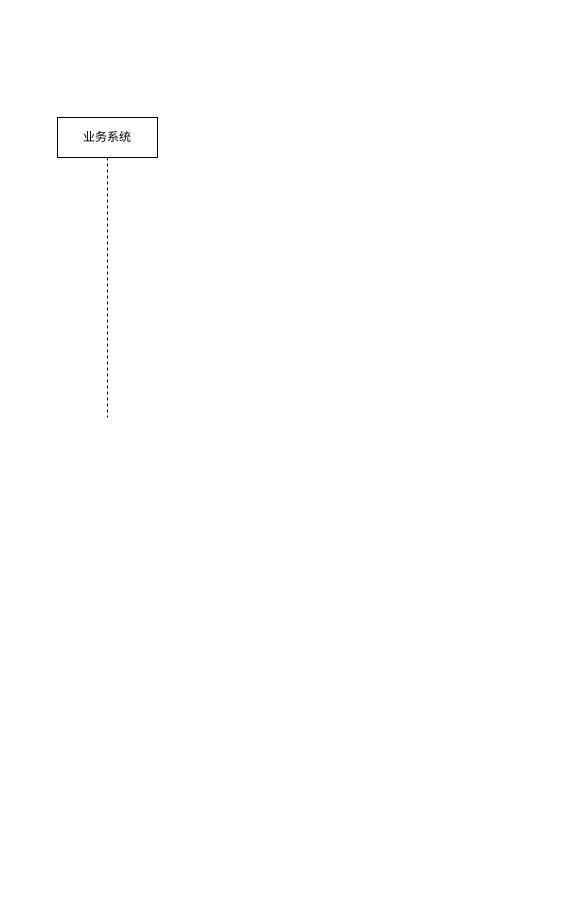
This is Untitled Diagram.drawio from 1657486787/draw.io, a draw.io file, before an edit. Source tidied: cells renumbered, new cells numbered last; positions are measured from the earlier drawing's top-left corner, leaving out a move shared by most shapes. Both pictures are drawn from the tidied source at 100%, with x=0, y=0 at pixel (57, 117).
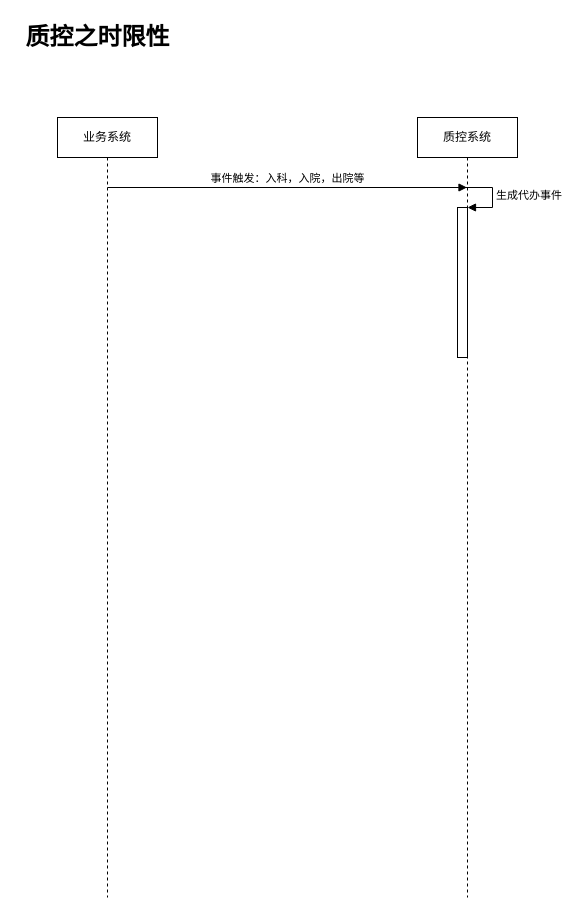
Above is the later version.

What changed in the source:
```diff
@@
 <mxGraphModel>
   <root>
     <mxCell id="0" />
     <mxCell id="1" parent="0" />
     <mxCell id="2" value="业务系统" style="shape=umlLifeline;perimeter=lifelinePerimeter;whiteSpace=wrap;html=1;" parent="1" vertex="1">
-      <mxGeometry width="100" height="300" as="geometry" />
+      <mxGeometry width="100" height="780" as="geometry" />
     </mxCell>
+    <mxCell id="3" value="事件触发：入科，入院，出院等" style="html=1;verticalAlign=bottom;endArrow=block;rounded=0;" parent="2" edge="1" target="5">
+      <mxGeometry relative="1" as="geometry">
+        <mxPoint x="50" y="70" as="sourcePoint" />
+      </mxGeometry>
+    </mxCell>
+    <mxCell id="4" value="质控之时限性" style="text;strokeColor=none;fillColor=none;html=1;fontSize=24;fontStyle=1;verticalAlign=middle;align=center;spacing=4;" parent="1" vertex="1">
+      <mxGeometry x="-40" y="-100" width="160" height="40" as="geometry" />
+    </mxCell>
+    <mxCell id="5" value="质控系统" style="shape=umlLifeline;perimeter=lifelinePerimeter;whiteSpace=wrap;html=1;outlineConnect=0;" parent="1" vertex="1">
+      <mxGeometry x="360" width="100" height="780" as="geometry" />
+    </mxCell>
+    <mxCell id="6" style="html=1;points=[];perimeter=orthogonalPerimeter;" parent="5" vertex="1">
+      <mxGeometry x="40" y="90" width="10" height="150" as="geometry" />
+    </mxCell>
+    <mxCell id="7" value="生成代办事件" style="edgeStyle=orthogonalEdgeStyle;html=1;align=left;spacingLeft=2;endArrow=block;rounded=0;entryX=1;entryY=0;" parent="5" edge="1" target="6">
+      <mxGeometry relative="1" as="geometry">
+        <mxPoint x="45" y="70" as="sourcePoint" />
+        <Array as="points">
+          <mxPoint x="75" y="70" />
+        </Array>
+      </mxGeometry>
+    </mxCell>
   </root>
 </mxGraphModel>
```
